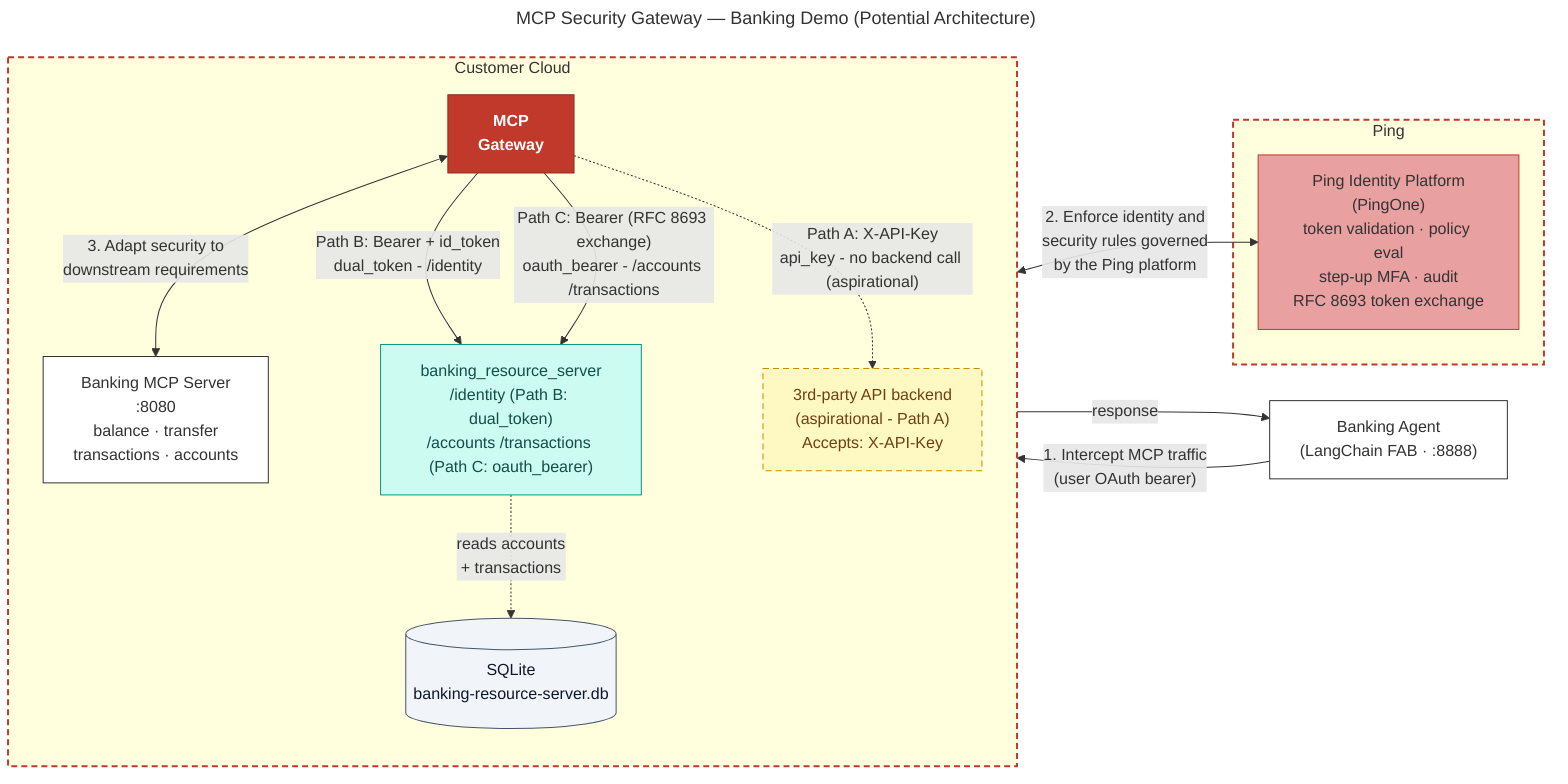
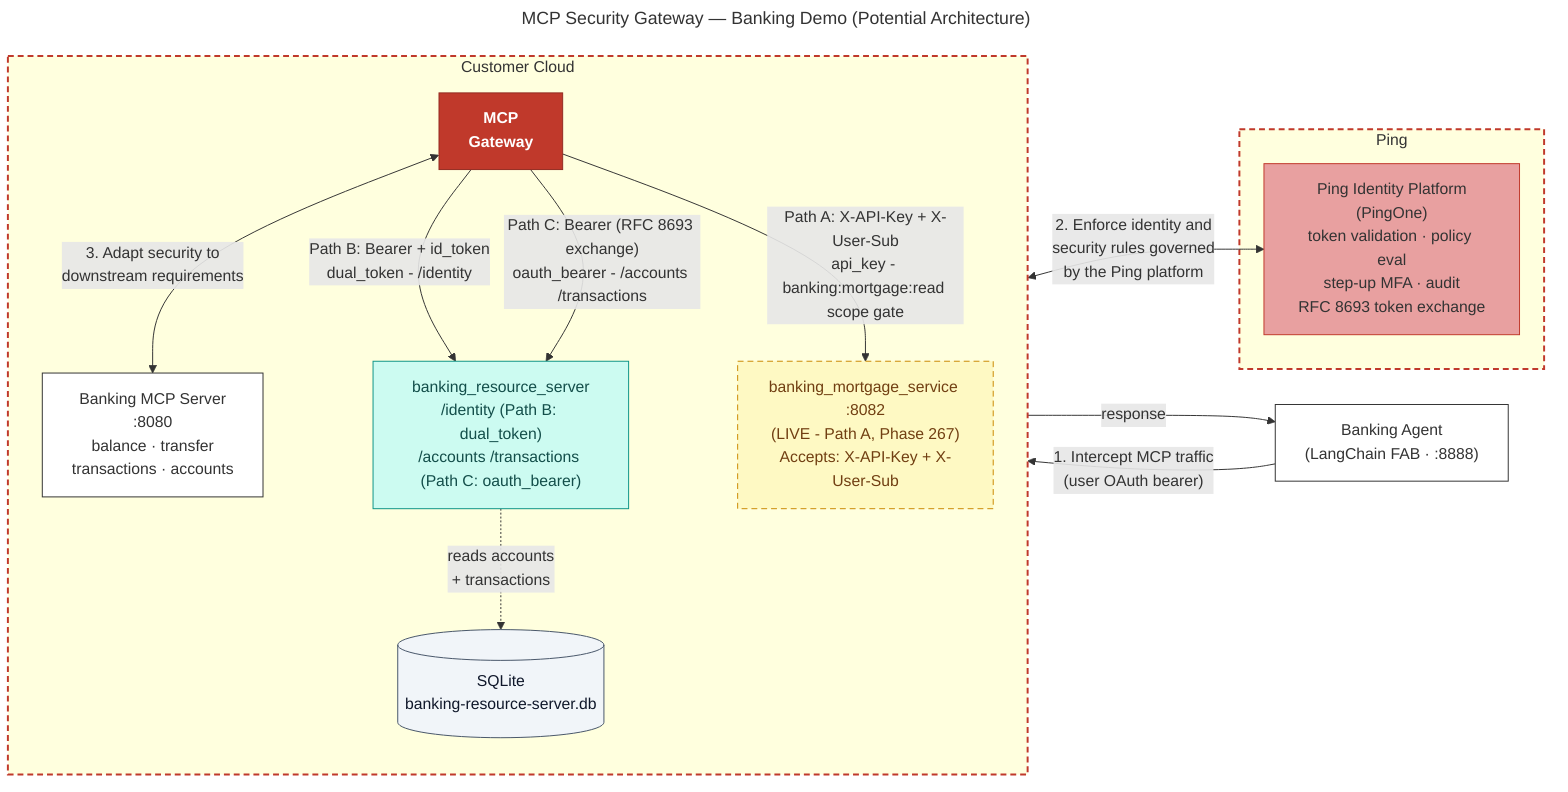
---
title: MCP Security Gateway — Banking Demo (Potential Architecture)
---
%% Phase 266 R2 (2026-05-11): One gateway, three credential mechanisms.
- %% Path A (api_key): OAuth bearer dropped; X-API-Key injected — Gateway-terminating, no backend call.
+ %% Path A (api_key): scope gate (banking:mortgage:read); OAuth bearer dropped; X-API-Key + X-User-Sub injected; calls banking_mortgage_service :8082 (Phase 267).
%% Path B (dual_token): Bearer + id_token forwarded to banking_resource_server /identity.
%% Path C (oauth_bearer): RFC 8693 exchange; Bearer (new aud) to banking_resource_server /accounts /transactions (SQLite).
%% Paths B and C both reach the same banking_resource_server backend at different routes.
flowchart LR
    BANKING_AGENT["Banking Agent\n(LangChain FAB · :8888)"]

    subgraph Customer["Customer Cloud"]
        direction TB
        GATEWAY["MCP\nGateway"]
        MCP_SERVER["Banking MCP Server\n:8080\nbalance · transfer\ntransactions · accounts"]
        GATEWAY <-->|"3. Adapt security to\ndownstream requirements"| MCP_SERVER
        BANKING_RS["banking_resource_server\n/identity (Path B: dual_token)\n/accounts /transactions (Path C: oauth_bearer)"]
        SQLITE[("SQLite\nbanking-resource-server.db")]
-         API_KEY_BACKEND["3rd-party API backend\n(aspirational - Path A)\nAccepts: X-API-Key"]
+         API_KEY_BACKEND["banking_mortgage_service :8082\n(LIVE - Path A, Phase 267)\nAccepts: X-API-Key + X-User-Sub"]
    end

    subgraph Ping["Ping"]
        PING["Ping Identity Platform\n(PingOne)\ntoken validation · policy eval\nstep-up MFA · audit\nRFC 8693 token exchange"]
    end

    BANKING_AGENT -->|"1. Intercept MCP traffic\n(user OAuth bearer)"| GATEWAY
    GATEWAY -->|"response"| BANKING_AGENT
    GATEWAY <-->|"2. Enforce identity and\nsecurity rules governed\nby the Ping platform"| PING

    %% Phase 266 R2: Three outbound credential paths from the Gateway
    GATEWAY -->|"Path B: Bearer + id_token\ndual_token - /identity"| BANKING_RS
    GATEWAY -->|"Path C: Bearer (RFC 8693 exchange)\noauth_bearer - /accounts /transactions"| BANKING_RS
-     GATEWAY -.->|"Path A: X-API-Key\napi_key - no backend call (aspirational)"| API_KEY_BACKEND
+     GATEWAY -->|"Path A: X-API-Key + X-User-Sub\napi_key - banking:mortgage:read scope gate"| API_KEY_BACKEND
    BANKING_RS -.->|"reads accounts\n+ transactions"| SQLITE

    style GATEWAY fill:#c0392b,color:#fff,stroke:#922b21,font-weight:bold
    style PING fill:#e8a0a0,color:#333,stroke:#c0392b
    style BANKING_AGENT fill:#ffffff,stroke:#333
    style MCP_SERVER fill:#ffffff,stroke:#333
    style BANKING_RS fill:#ccfbf1,stroke:#0d9488,color:#134e4a
    style SQLITE fill:#f1f5f9,stroke:#475569,color:#0f172a
    style API_KEY_BACKEND fill:#fef9c3,stroke:#ca8a04,color:#713f12,stroke-dasharray: 6 4
    style Customer stroke:#c0392b,stroke-width:2px,stroke-dasharray: 6 4,color:#333
    style Ping stroke:#c0392b,stroke-width:2px,stroke-dasharray: 6 4,color:#333
